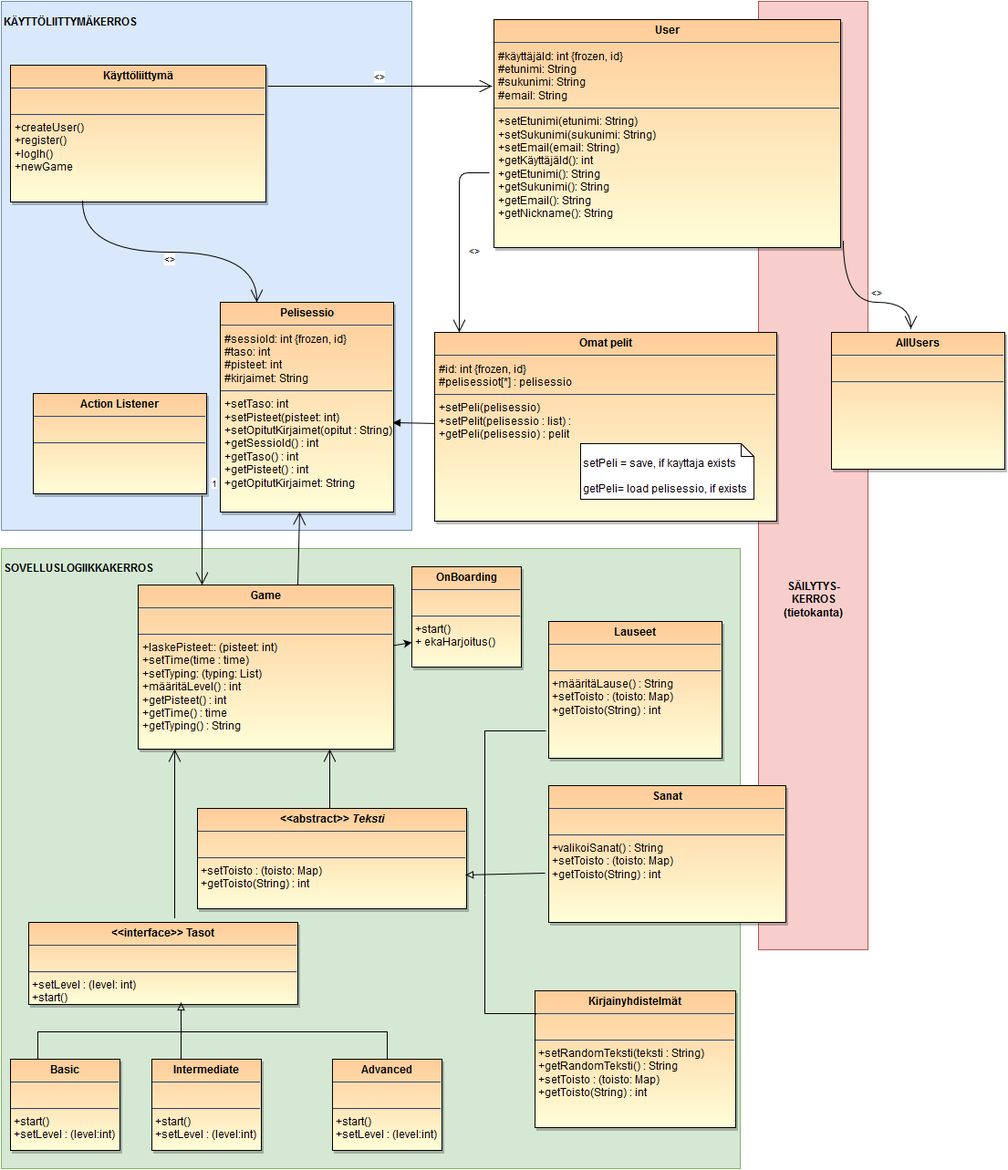
Earlier version of the draw.io export dokumentaatio/luokkakaavio.png (MelDv/TypeTutor). Source tidied: cells renumbered, new cells last; positions are measured from the earlier drawing's top-left corner, leaving out a move shared by most shapes.
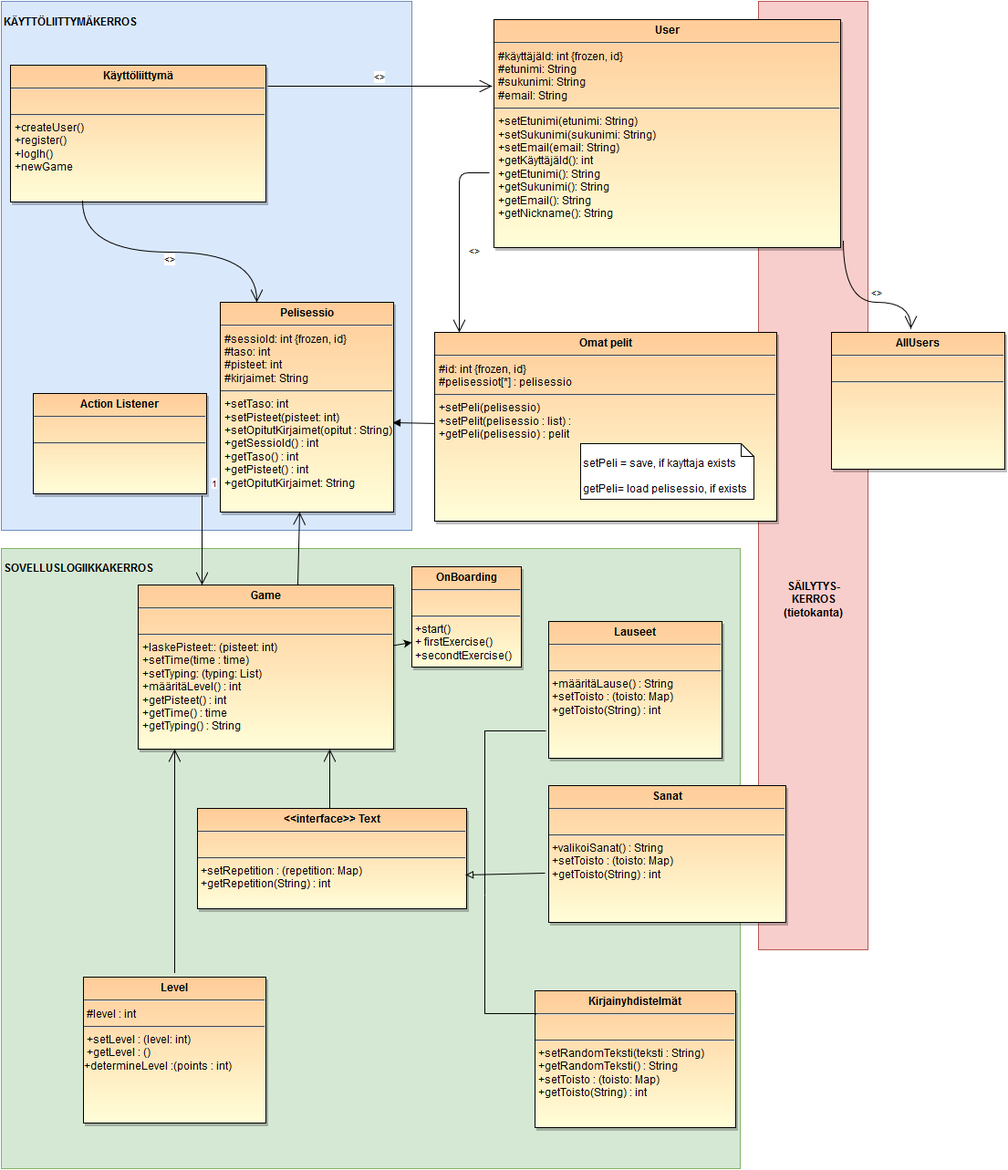
After the change.

Diff of the diagram source:
```diff
@@ -66,7 +66,7 @@
     <mxCell id="18" value="&lt;p style=&quot;margin: 0px ; margin-top: 4px ; text-align: center&quot;&gt;&lt;strong&gt;Action Listener&lt;br&gt;&lt;/strong&gt;&lt;/p&gt;&lt;hr&gt;&lt;br&gt;&lt;hr&gt;&amp;nbsp;&lt;br&gt;&lt;p style=&quot;margin: 0px ; margin-left: 4px&quot;&gt;&lt;br&gt;&lt;/p&gt;" style="shadow=1;fillColor=#FFCC99;gradientColor=#FFFED8;verticalAlign=top;align=left;overflow=fill;fontSize=12;fontFamily=Helvetica;html=1;" parent="1" vertex="1">
       <mxGeometry x="35" y="430" width="190" height="110" as="geometry" />
     </mxCell>
-    <mxCell id="19" value="&lt;p style=&quot;margin: 0px ; margin-top: 4px ; text-align: center&quot;&gt;&lt;strong&gt;&amp;lt;&amp;lt;abstract&amp;gt;&amp;gt; &lt;i&gt;Teksti&lt;/i&gt;&lt;br&gt;&lt;/strong&gt;&lt;/p&gt;&lt;hr&gt;&lt;br&gt;&lt;hr&gt;&amp;nbsp;+setToisto : (toisto: Map) &lt;br&gt;&amp;nbsp;+getToisto(String) : int&lt;p&gt;&lt;br&gt;&lt;/p&gt;" style="shadow=1;fillColor=#FFCC99;gradientColor=#FFFED8;verticalAlign=top;align=left;overflow=fill;fontSize=12;fontFamily=Helvetica;html=1;" parent="1" vertex="1">
+    <mxCell id="19" value="&lt;p style=&quot;margin: 0px ; margin-top: 4px ; text-align: center&quot;&gt;&lt;strong&gt;&amp;lt;&amp;lt;interface&amp;gt;&amp;gt; Text&lt;br&gt;&lt;/strong&gt;&lt;/p&gt;&lt;hr&gt;&lt;br&gt;&lt;hr&gt;&amp;nbsp;+setRepetition : (repetition: Map) &lt;br&gt;&amp;nbsp;+getRepetition(String) : int&lt;p&gt;&lt;br&gt;&lt;/p&gt;" style="shadow=1;fillColor=#FFCC99;gradientColor=#FFFED8;verticalAlign=top;align=left;overflow=fill;fontSize=12;fontFamily=Helvetica;html=1;" parent="1" vertex="1">
       <mxGeometry x="215" y="885" width="295" height="110" as="geometry" />
     </mxCell>
     <mxCell id="20" style="html=1;verticalAlign=bottom;endArrow=none;edgeStyle=elbowEdgeStyle;elbow=vertical;endFill=0;rounded=0;exitX=-0.016;exitY=0.8;exitPerimeter=0;" parent="1" edge="1" source="17">
@@ -127,32 +127,23 @@
     <mxCell id="28" value="&lt;br&gt;setPeli = save, if kayttaja exists&lt;br&gt;&lt;br&gt;getPeli= load pelisessio, if exists&lt;br&gt;" style="shape=note;whiteSpace=wrap;html=1;size=14;verticalAlign=top;align=left;spacingTop=-6;" parent="1" vertex="1">
       <mxGeometry x="635" y="485" width="190" height="61" as="geometry" />
     </mxCell>
-    <mxCell id="29" value="&lt;p style=&quot;margin: 0px ; margin-top: 4px ; text-align: center&quot;&gt;&lt;strong&gt;Basic&lt;br&gt;&lt;/strong&gt;&lt;/p&gt;&lt;hr&gt;&lt;br&gt;&lt;hr&gt;&amp;nbsp;+start()&lt;br&gt;&amp;nbsp;+setLevel : (level:int)&lt;br&gt;&lt;p&gt;&lt;br&gt;&lt;/p&gt;" style="shadow=1;fillColor=#FFCC99;gradientColor=#FFFED8;verticalAlign=top;align=left;overflow=fill;fontSize=12;fontFamily=Helvetica;html=1;" parent="1" vertex="1">
-      <mxGeometry x="10" y="1160" width="120" height="100" as="geometry" />
-    </mxCell>
     <mxCell id="30" value="&lt;p style=&quot;margin: 0px ; margin-top: 4px ; text-align: center&quot;&gt;&lt;strong&gt;AllUsers&lt;br&gt;&lt;/strong&gt;&lt;/p&gt;&lt;hr&gt;&lt;br&gt;&lt;hr&gt;&amp;nbsp;&lt;p&gt;&lt;br&gt;&lt;/p&gt;" style="shadow=1;fillColor=#FFCC99;gradientColor=#FFFED8;verticalAlign=top;align=left;overflow=fill;fontSize=12;fontFamily=Helvetica;html=1;" parent="1" vertex="1">
       <mxGeometry x="910" y="363" width="190" height="150" as="geometry" />
     </mxCell>
-    <mxCell id="31" value="&lt;p style=&quot;margin: 0px ; margin-top: 4px ; text-align: center&quot;&gt;&lt;strong&gt;OnBoarding&lt;br&gt;&lt;/strong&gt;&lt;/p&gt;&lt;hr&gt;&lt;br&gt;&lt;hr&gt;&amp;nbsp;+start()&lt;br&gt;&amp;nbsp;+ ekaHarjoitus()&lt;br&gt;&lt;p&gt;&lt;br&gt;&lt;/p&gt;" style="shadow=1;fillColor=#FFCC99;gradientColor=#FFFED8;verticalAlign=top;align=left;overflow=fill;fontSize=12;fontFamily=Helvetica;html=1;" parent="1" vertex="1">
+    <mxCell id="31" value="&lt;p style=&quot;margin: 0px ; margin-top: 4px ; text-align: center&quot;&gt;&lt;strong&gt;OnBoarding&lt;br&gt;&lt;/strong&gt;&lt;/p&gt;&lt;hr&gt;&lt;br&gt;&lt;hr&gt;&amp;nbsp;+start()&lt;br&gt;&amp;nbsp;+ firstExercise()&lt;br&gt;&amp;nbsp;+secondtExercise()&lt;p&gt;&lt;br&gt;&lt;/p&gt;" style="shadow=1;fillColor=#FFCC99;gradientColor=#FFFED8;verticalAlign=top;align=left;overflow=fill;fontSize=12;fontFamily=Helvetica;html=1;" parent="1" vertex="1">
       <mxGeometry x="450" y="620" width="120" height="110" as="geometry" />
     </mxCell>
-    <mxCell id="32" value="&lt;p style=&quot;margin: 0px ; margin-top: 4px ; text-align: center&quot;&gt;&lt;strong&gt;&amp;lt;&amp;lt;interface&amp;gt;&amp;gt; Tasot&lt;br&gt;&lt;/strong&gt;&lt;/p&gt;&lt;hr&gt;&lt;br&gt;&lt;hr&gt;&amp;nbsp;+setLevel : (level: int)&lt;br&gt;&amp;nbsp;+start()&lt;p&gt;&lt;br&gt;&lt;/p&gt;" style="shadow=1;fillColor=#FFCC99;gradientColor=#FFFED8;verticalAlign=top;align=left;overflow=fill;fontSize=12;fontFamily=Helvetica;html=1;" parent="1" vertex="1">
-      <mxGeometry x="30" y="1010" width="295" height="90" as="geometry" />
+    <mxCell id="32" value="&lt;p style=&quot;margin: 0px ; margin-top: 4px ; text-align: center&quot;&gt;&lt;strong&gt;Level&lt;br&gt;&lt;/strong&gt;&lt;/p&gt;&lt;hr&gt;&amp;nbsp;#level : int&lt;br&gt;&lt;hr&gt;&amp;nbsp;+setLevel : (level: int)&lt;br&gt;&amp;nbsp;+getLevel : ()&lt;br&gt;+determineLevel :(points : int)&lt;br&gt;&lt;p&gt;&lt;br&gt;&lt;/p&gt;" style="shadow=1;fillColor=#FFCC99;gradientColor=#FFFED8;verticalAlign=top;align=left;overflow=fill;fontSize=12;fontFamily=Helvetica;html=1;" parent="1" vertex="1">
+      <mxGeometry x="90" y="1070" width="200" height="160" as="geometry" />
     </mxCell>
     <mxCell id="33" style="endArrow=classic;html=1;entryX=0;entryY=0.75;" parent="1" edge="1" source="9" target="31">
       <mxGeometry relative="1" as="geometry" />
     </mxCell>
-    <mxCell id="34" value="&lt;p style=&quot;margin: 0px ; margin-top: 4px ; text-align: center&quot;&gt;&lt;strong&gt;Intermediate&lt;br&gt;&lt;/strong&gt;&lt;/p&gt;&lt;hr&gt;&lt;br&gt;&lt;hr&gt;&amp;nbsp;+start()&lt;br&gt;&amp;nbsp;+setLevel : (level:int)&lt;br&gt;&lt;p&gt;&lt;br&gt;&lt;/p&gt;" style="shadow=1;fillColor=#FFCC99;gradientColor=#FFFED8;verticalAlign=top;align=left;overflow=fill;fontSize=12;fontFamily=Helvetica;html=1;" parent="1" vertex="1">
-      <mxGeometry x="165" y="1160" width="120" height="100" as="geometry" />
-    </mxCell>
-    <mxCell id="35" value="&lt;p style=&quot;margin: 0px ; margin-top: 4px ; text-align: center&quot;&gt;&lt;strong&gt;Advanced&lt;br&gt;&lt;/strong&gt;&lt;/p&gt;&lt;hr&gt;&lt;br&gt;&lt;hr&gt;&amp;nbsp;+start()&lt;br&gt;&amp;nbsp;+setLevel : (level:int)&lt;br&gt;&lt;p&gt;&lt;br&gt;&lt;/p&gt;" style="shadow=1;fillColor=#FFCC99;gradientColor=#FFFED8;verticalAlign=top;align=left;overflow=fill;fontSize=12;fontFamily=Helvetica;html=1;" parent="1" vertex="1">
-      <mxGeometry x="363" y="1160" width="120" height="100" as="geometry" />
-    </mxCell>
     <mxCell id="36" style="endArrow=open;endSize=12;startArrow=none;startSize=10;startFill=0;sourcePerimeterSpacing=5;align=right;elbow=horizontal;verticalAlign=top;html=1;entryX=0.143;entryY=1;entryPerimeter=0;" parent="1" edge="1" target="9">
       <mxGeometry x="-167" y="416" as="geometry">
         <mxPoint x="190" y="980" as="sourcePoint" />
         <Array as="points">
-          <mxPoint x="190" y="1010" />
+          <mxPoint x="190" y="1070" />
         </Array>
         <mxPoint x="-10.5" y="32.5" as="offset" />
       </mxGeometry>
@@ -162,21 +153,6 @@
         <mxPoint x="8" y="-25" as="offset" />
       </mxGeometry>
     </mxCell>
-    <mxCell id="38" style="html=1;verticalAlign=bottom;endArrow=block;elbow=vertical;endFill=0;entryX=0.566;entryY=0.978;entryPerimeter=0;" parent="1" edge="1" target="32">
-      <mxGeometry x="-344.3" y="1313.5" as="geometry">
-        <mxPoint x="197" y="1160" as="sourcePoint" />
-      </mxGeometry>
-    </mxCell>
-    <mxCell id="39" style="html=1;verticalAlign=bottom;endArrow=none;edgeStyle=elbowEdgeStyle;elbow=vertical;endFill=0;rounded=0;exitX=0.25;exitY=0;" parent="1" edge="1" source="29" target="35">
-      <mxGeometry x="-439.3" y="1169.5" as="geometry">
-        <Array as="points">
-          <mxPoint x="90" y="1130" />
-          <mxPoint x="130" y="1040" />
-          <mxPoint x="50" y="1010" />
-          <mxPoint x="30" y="1140" />
-        </Array>
-      </mxGeometry>
-    </mxCell>
     <mxCell id="40" value="&lt;&lt;use&gt;&gt;" style="endArrow=open;endSize=12;startArrow=none;startSize=10;startFill=0;sourcePerimeterSpacing=5;elbow=horizontal;html=1;entryX=0.458;entryY=-0.027;entryPerimeter=0;exitX=1.008;exitY=0.972;exitPerimeter=0;edgeStyle=orthogonalEdgeStyle;curved=1;" parent="1" edge="1" source="6" target="30">
       <mxGeometry x="721" y="51" as="geometry">
         <Array as="points">
```
